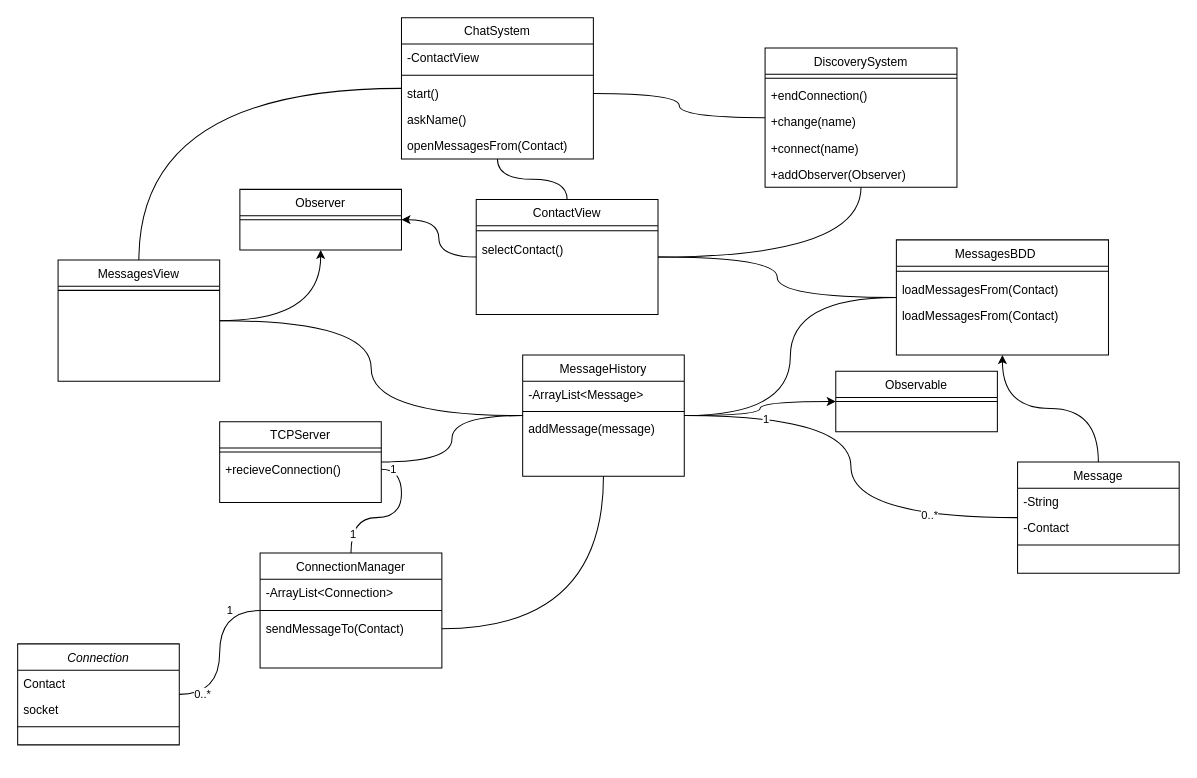
The draw.io diagram doc/uml/ChatsystemClassDiagram.drawio in insa-4ir-chatsystem/chatsystem-billard-slamnia, before the edit. Source tidied: cells renumbered, new cells numbered last; positions are measured from the earlier drawing's top-left corner, leaving out a move shared by most shapes. Both pictures are drawn from the tidied source at 101%, with x=0, y=0 at pixel (17, 17).
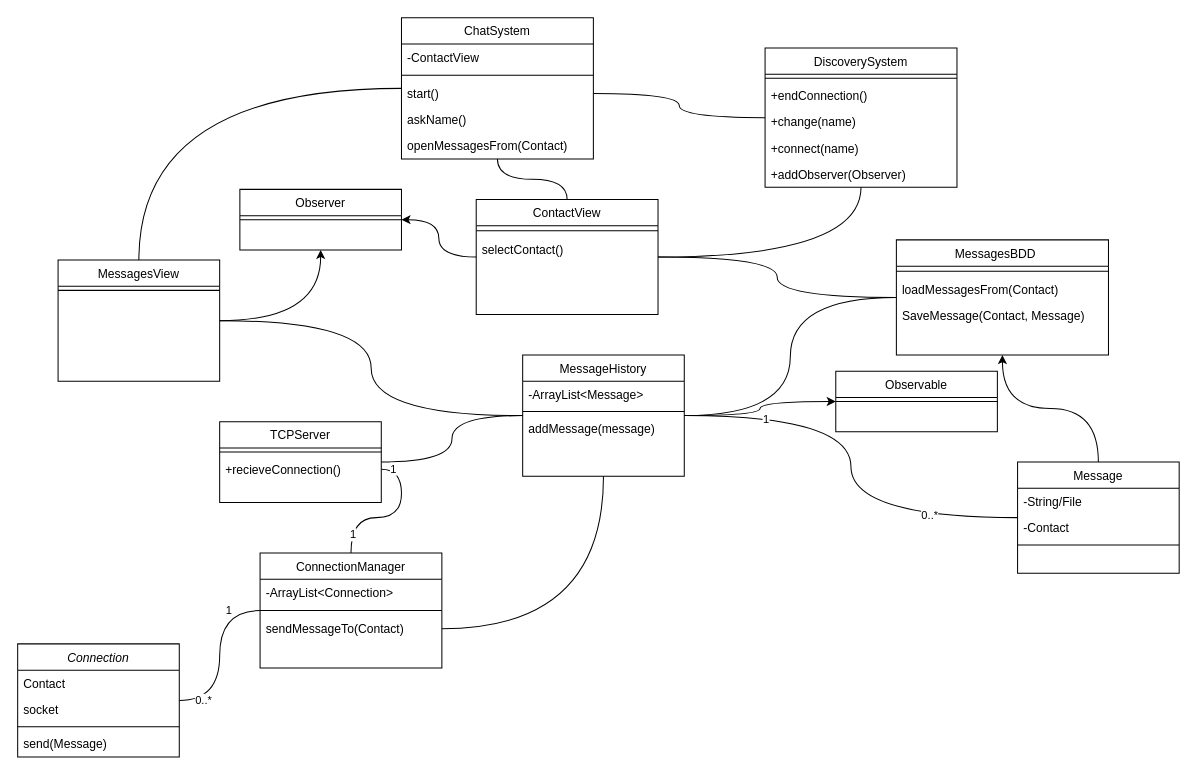
Above is the later version.

The change refers to these unchanged cells:
```xml
<mxCell id="7" value="Message" style="swimlane;fontStyle=0;align=center;verticalAlign=top;horizontal=1;startSize=26;rounded=0;shadow=0;strokeWidth=1;" parent="1" vertex="1">
  <mxGeometry x="990" y="440" width="160" height="110" as="geometry" />
</mxCell>
<mxCell id="64" value="MessagesBDD    " style="swimlane;fontStyle=0;align=center;verticalAlign=top;horizontal=1;startSize=26;rounded=0;shadow=0;strokeWidth=1;" parent="1" vertex="1">
  <mxGeometry x="870" y="220" width="210" height="114" as="geometry" />
</mxCell>
```

The edit, as a diff of the source:
```diff
@@
     <mxCell id="2" value="Connection" style="swimlane;fontStyle=2;align=center;verticalAlign=top;horizontal=1;startSize=26;rounded=0;shadow=0;strokeWidth=1;" parent="1" vertex="1">
-      <mxGeometry y="620" width="160" height="100" as="geometry" />
+      <mxGeometry y="620" width="160" height="112" as="geometry" />
     </mxCell>
@@
+    <mxCell id="68" value="send(Message)" style="text;align=left;verticalAlign=top;spacingLeft=4;spacingRight=4;overflow=hidden;rounded=0;shadow=0;html=0;" parent="2" vertex="1">
+      <mxGeometry y="86" width="160" height="26" as="geometry" />
+    </mxCell>
@@
-    <mxCell id="8" value="-String" style="text;align=left;verticalAlign=top;spacingLeft=4;spacingRight=4;overflow=hidden;" parent="7" vertex="1">
+    <mxCell id="8" value="-String/File" style="text;align=left;verticalAlign=top;spacingLeft=4;spacingRight=4;overflow=hidden;" parent="7" vertex="1">
       <mxGeometry y="26" width="160" height="26" as="geometry" />
     </mxCell>
@@
-    <mxCell id="67" value="loadMessagesFrom(Contact)" style="text;align=left;verticalAlign=top;spacingLeft=4;spacingRight=4;overflow=hidden;rounded=0;shadow=0;html=0;" parent="64" vertex="1">
+    <mxCell id="67" value="SaveMessage(Contact, Message)" style="text;align=left;verticalAlign=top;spacingLeft=4;spacingRight=4;overflow=hidden;rounded=0;shadow=0;html=0;" parent="64" vertex="1">
       <mxGeometry y="62" width="210" height="26" as="geometry" />
     </mxCell>
```
